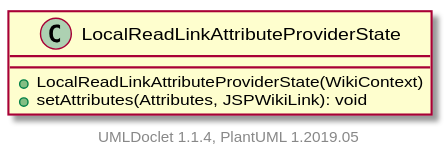
Before: apidocs/2.11.0.M7-SNAPSHOT/org/apache/wiki/markdown/extensions/jspwikilinks/attributeprovider/LocalReadLinkAttributeProviderState.svg, a diagram exported from PlantUML (apache/jspwiki-site).
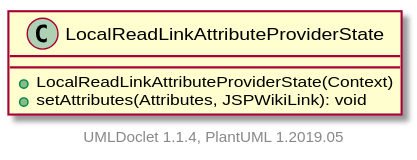
After the commit.

Diff of the diagram source:
```diff
@@ -1,7 +1,7 @@
 @startuml
 
     class LocalReadLinkAttributeProviderState [[LocalReadLinkAttributeProviderState.html]] {
-        +LocalReadLinkAttributeProviderState(WikiContext)
+        +LocalReadLinkAttributeProviderState(Context)
         +setAttributes(Attributes, JSPWikiLink): void
     }
 
```
